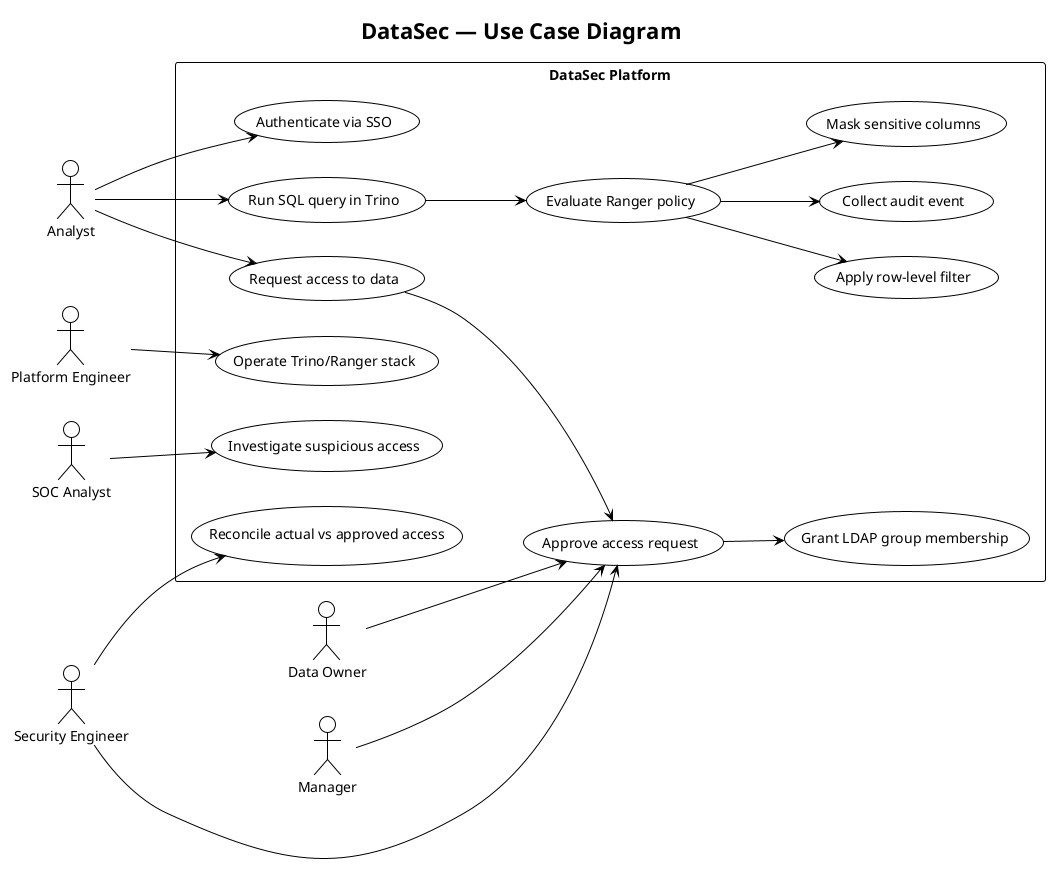
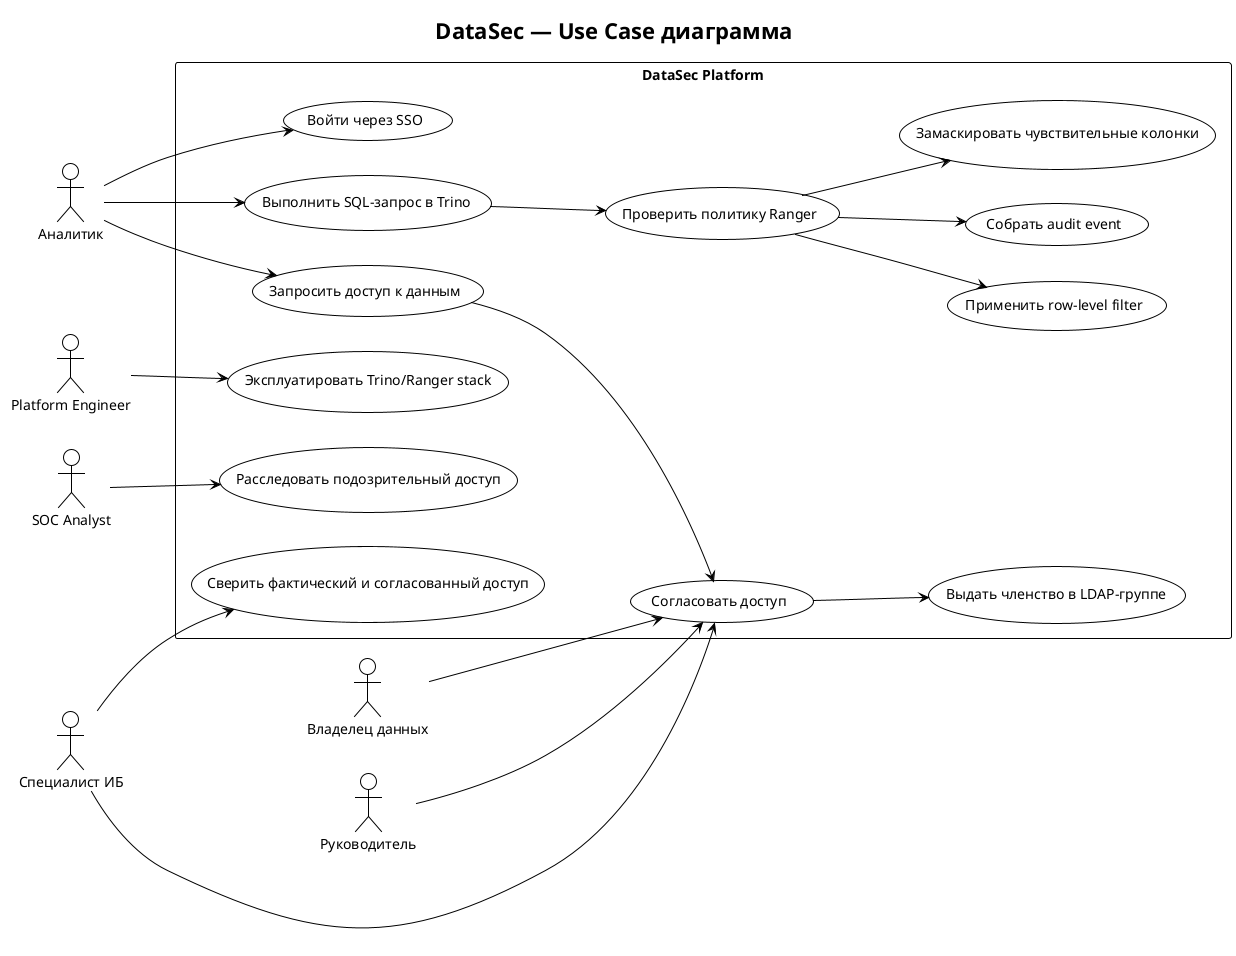
@startuml
!theme plain
left to right direction
skinparam shadowing false

- title DataSec — Use Case Diagram
+ title DataSec — Use Case диаграмма

- actor "Analyst" as Analyst
- actor "Data Owner" as Owner
- actor "Manager" as Manager
- actor "Security Engineer" as Sec
+ actor "Аналитик" as Analyst
+ actor "Владелец данных" as Owner
+ actor "Руководитель" as Manager
+ actor "Специалист ИБ" as Sec
actor "Platform Engineer" as Platform
actor "SOC Analyst" as SOC

rectangle "DataSec Platform" {
-   usecase "Authenticate via SSO" as UC1
-   usecase "Request access to data" as UC2
-   usecase "Approve access request" as UC3
-   usecase "Grant LDAP group membership" as UC4
-   usecase "Run SQL query in Trino" as UC5
-   usecase "Evaluate Ranger policy" as UC6
-   usecase "Mask sensitive columns" as UC7
-   usecase "Apply row-level filter" as UC8
-   usecase "Collect audit event" as UC9
-   usecase "Investigate suspicious access" as UC10
-   usecase "Reconcile actual vs approved access" as UC11
-   usecase "Operate Trino/Ranger stack" as UC12
+   usecase "Войти через SSO" as UC1
+   usecase "Запросить доступ к данным" as UC2
+   usecase "Согласовать доступ" as UC3
+   usecase "Выдать членство в LDAP-группе" as UC4
+   usecase "Выполнить SQL-запрос в Trino" as UC5
+   usecase "Проверить политику Ranger" as UC6
+   usecase "Замаскировать чувствительные колонки" as UC7
+   usecase "Применить row-level filter" as UC8
+   usecase "Собрать audit event" as UC9
+   usecase "Расследовать подозрительный доступ" as UC10
+   usecase "Сверить фактический и согласованный доступ" as UC11
+   usecase "Эксплуатировать Trino/Ranger stack" as UC12
}

Analyst --> UC1
Analyst --> UC2
Analyst --> UC5
Manager --> UC3
Owner --> UC3
Sec --> UC3
UC2 --> UC3
UC3 --> UC4
UC5 --> UC6
UC6 --> UC7
UC6 --> UC8
UC6 --> UC9
SOC --> UC10
Sec --> UC11
Platform --> UC12

@enduml
